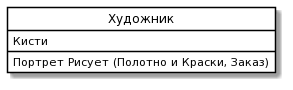
Above: labs/lab1/01_A0_PlantUML.png in GurovAA/gurovaa.github.io (PlantUML), before the change. Source of this version:
```plantuml
@startuml
skinparam class {
	BackgroundColor White
	ArrowColor Black
	BorderColor Black
}
class "Художник" as P {
 Кисти
Портрет Рисует (Полотно и Краски, Заказ)
}
hide circle
@enduml
```
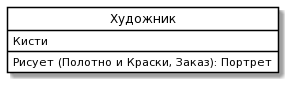
The same diagram one commit later.

Diff of the diagram source:
```diff
@@ -6,7 +6,7 @@
 }
 class "Художник" as P {
  Кисти
-Портрет Рисует (Полотно и Краски, Заказ)
+Рисует (Полотно и Краски, Заказ): Портрет
 }
 hide circle
 @enduml
```
